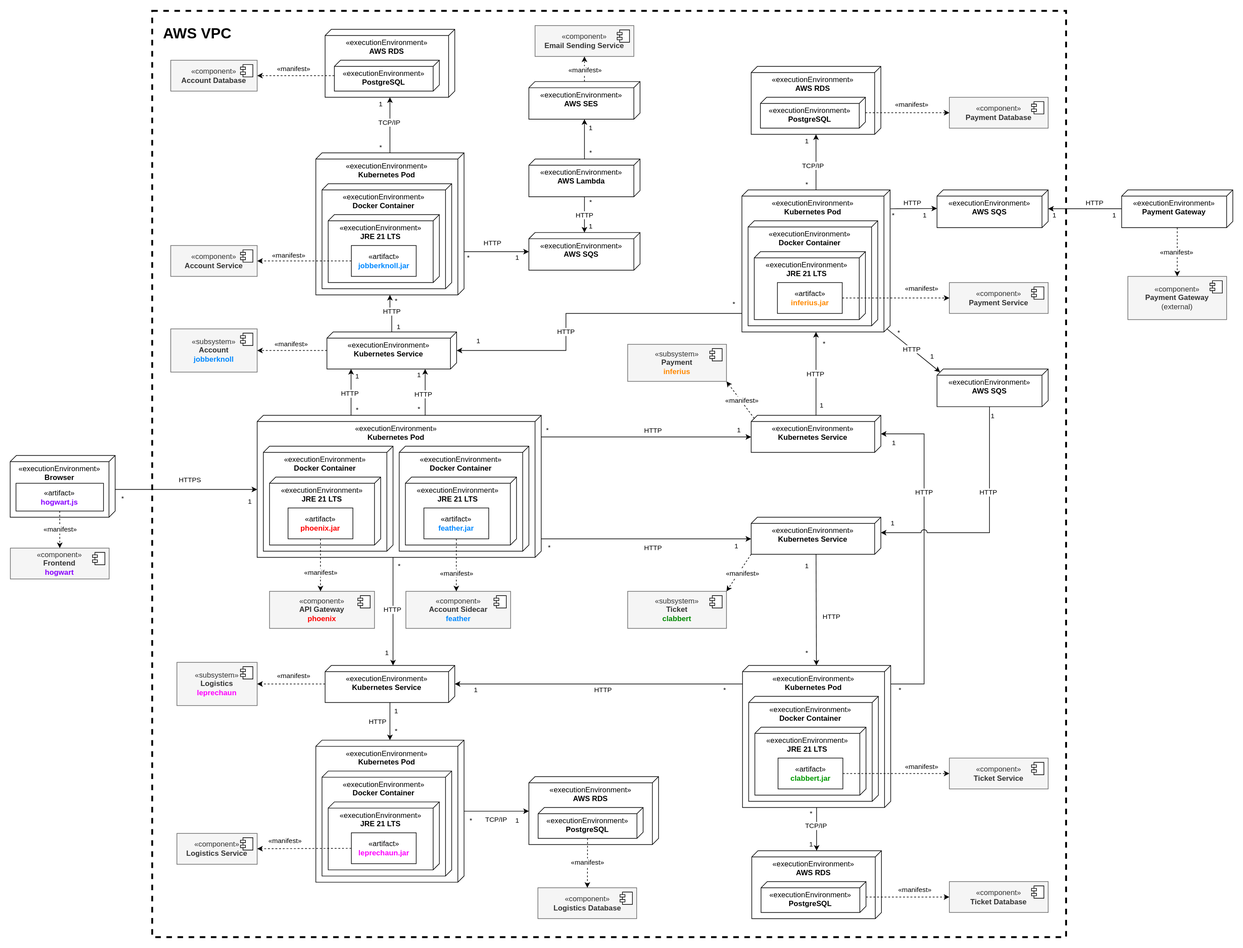
Before: documentation/course/e2/images/deployment-diagram.drawio.svg, a diagram exported from draw.io (PWR-ACS-SE-24/SoftwareSystemDesign). Source tidied: cells renumbered, new cells last; positions are measured from the earlier drawing's top-left corner, leaving out a move shared by most shapes.
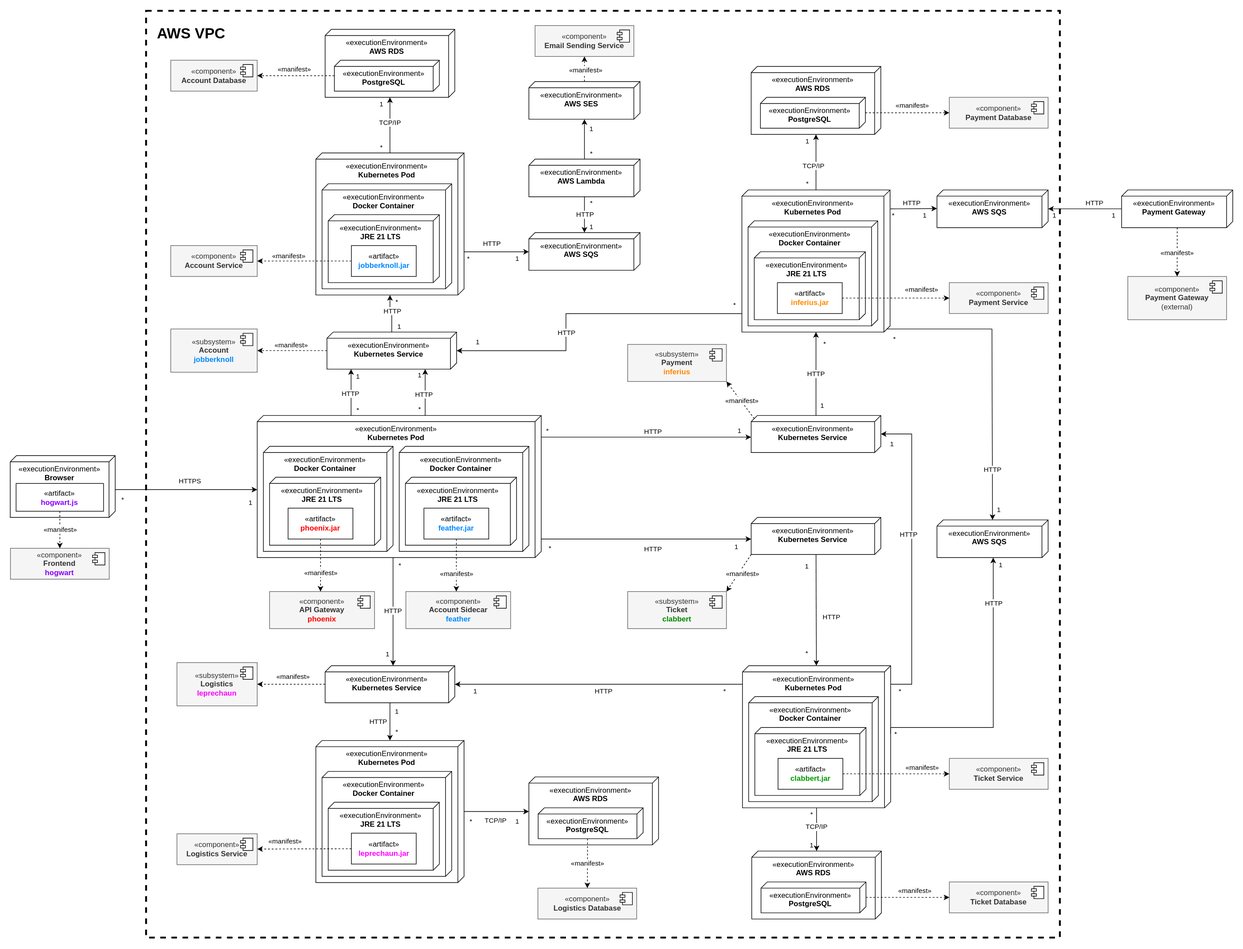
The same diagram one commit later.

Commit message:
even better fix

Diff of the diagram source:
```diff
@@ -3,7 +3,7 @@
     <mxCell id="0" />
     <mxCell id="1" parent="0" />
     <mxCell id="2" value="AWS VPC" style="rounded=0;whiteSpace=wrap;html=1;fillColor=none;strokeWidth=3;dashed=1;verticalAlign=top;align=left;fontSize=24;spacingLeft=16;spacingTop=16;fontStyle=1;" parent="1" vertex="1">
-      <mxGeometry x="230" width="1480" height="1500" as="geometry" />
+      <mxGeometry x="220" width="1480" height="1500" as="geometry" />
     </mxCell>
     <mxCell id="3" style="group;" parent="1" vertex="1">
       <mxGeometry x="1185" y="290" width="240" height="230" as="geometry" />
@@ -699,14 +699,14 @@
     <mxCell id="170" style="edgeStyle=orthogonalEdgeStyle;rounded=0;jettySize=auto;html=1;" parent="1" edge="1" source="14" target="24">
       <mxGeometry relative="1" as="geometry">
         <Array as="points">
-          <mxPoint x="1480" y="1090" />
-          <mxPoint x="1480" y="685" />
+          <mxPoint x="1460" y="1090" />
+          <mxPoint x="1460" y="685" />
         </Array>
       </mxGeometry>
     </mxCell>
     <mxCell id="171" value="HTTP" style="edgeLabel;html=1;align=center;verticalAlign=middle;" parent="170" vertex="1">
       <mxGeometry x="0.32" y="-5" relative="1" as="geometry">
-        <mxPoint x="-5" y="-16" as="offset" />
+        <mxPoint x="-11" y="46" as="offset" />
       </mxGeometry>
     </mxCell>
     <mxCell id="172" value="1" style="edgeLabel;html=1;align=center;verticalAlign=middle;" parent="170" vertex="1">
@@ -892,40 +892,51 @@
       </mxGeometry>
     </mxCell>
     <mxCell id="214" value="&lt;div&gt;«executionEnvironment»&lt;/div&gt;&lt;div&gt;&lt;b&gt;AWS SQS&lt;/b&gt;&lt;/div&gt;" style="verticalAlign=top;align=center;spacingTop=8;spacingLeft=2;spacingRight=12;shape=cube;size=10;direction=south;fontStyle=0;html=1;whiteSpace=wrap;" parent="1" vertex="1">
-      <mxGeometry x="1501" y="580" width="180" height="61" as="geometry" />
+      <mxGeometry x="1501" y="824" width="180" height="61" as="geometry" />
     </mxCell>
-    <mxCell id="215" style="rounded=0;jettySize=auto;html=1;exitX=0;exitY=0;exitDx=225;exitDy=5;exitPerimeter=0;entryX=0;entryY=0;entryDx=5;entryDy=175;entryPerimeter=0;" parent="1" edge="1" source="4" target="214">
-      <mxGeometry relative="1" as="geometry" />
+    <mxCell id="215" style="rounded=0;jettySize=auto;html=1;exitX=0;exitY=0;exitDx=225;exitDy=5;exitPerimeter=0;" parent="1" edge="1" source="4" target="214">
+      <mxGeometry relative="1" as="geometry">
+        <Array as="points">
+          <mxPoint x="1590" y="515" />
+        </Array>
+      </mxGeometry>
     </mxCell>
     <mxCell id="216" value="*" style="edgeLabel;html=1;align=center;verticalAlign=middle;" parent="215" vertex="1">
       <mxGeometry x="-0.56" y="-1" relative="1" as="geometry">
-        <mxPoint y="-11" as="offset" />
+        <mxPoint x="-93" y="14" as="offset" />
       </mxGeometry>
     </mxCell>
     <mxCell id="217" value="1" style="edgeLabel;html=1;align=center;verticalAlign=middle;" parent="215" vertex="1">
       <mxGeometry x="0.67" relative="1" as="geometry">
-        <mxPoint y="-14" as="offset" />
+        <mxPoint x="10" y="61" as="offset" />
       </mxGeometry>
     </mxCell>
     <mxCell id="218" value="HTTP" style="edgeLabel;html=1;align=center;verticalAlign=middle;" parent="215" vertex="1">
-      <mxGeometry x="-0.07" relative="1" as="geometry" />
+      <mxGeometry x="-0.07" relative="1" as="geometry">
+        <mxPoint y="175" as="offset" />
+      </mxGeometry>
     </mxCell>
-    <mxCell id="219" style="edgeStyle=orthogonalEdgeStyle;rounded=0;jettySize=auto;html=1;exitX=0;exitY=0;exitDx=61;exitDy=95;exitPerimeter=0;entryX=0;entryY=0;entryDx=25.000000000000004;entryDy=0;entryPerimeter=0;jumpStyle=arc;jumpSize=10;" parent="1" edge="1" source="214" target="26">
-      <mxGeometry relative="1" as="geometry" />
-    </mxCell>
-    <mxCell id="220" value="1" style="edgeLabel;html=1;align=center;verticalAlign=middle;" parent="219" vertex="1">
-      <mxGeometry x="-0.91" y="1" relative="1" as="geometry">
-        <mxPoint x="4" y="-3" as="offset" />
-      </mxGeometry>
-    </mxCell>
-    <mxCell id="221" value="1" style="edgeLabel;html=1;align=center;verticalAlign=middle;" parent="219" vertex="1">
-      <mxGeometry x="0.9" y="1" relative="1" as="geometry">
-        <mxPoint y="-16" as="offset" />
-      </mxGeometry>
-    </mxCell>
+    <mxCell id="223" style="edgeStyle=orthogonalEdgeStyle;rounded=0;jettySize=auto;html=1;entryX=0;entryY=0;entryDx=110.00000000000001;entryDy=0;entryPerimeter=0;startArrow=classic;startFill=1;endArrow=none;endFill=0;" parent="1" edge="1" source="214" target="14">
+      <mxGeometry relative="1" as="geometry">
+        <Array as="points">
+          <mxPoint x="1592" y="1160" />
+          <mxPoint x="1426" y="1160" />
+        </Array>
+      </mxGeometry>
+    </mxCell>
+    <mxCell id="224" value="*" style="edgeLabel;html=1;align=center;verticalAlign=middle;" parent="223" vertex="1">
+      <mxGeometry x="0.95" y="1" relative="1" as="geometry">
+        <mxPoint x="5" y="9" as="offset" />
+      </mxGeometry>
+    </mxCell>
+    <mxCell id="225" value="1" style="edgeLabel;html=1;align=center;verticalAlign=middle;" parent="223" vertex="1">
+      <mxGeometry x="-0.92" y="1" relative="1" as="geometry">
+        <mxPoint x="10" y="-7" as="offset" />
+      </mxGeometry>
+    </mxCell>
-    <mxCell id="222" value="HTTP" style="edgeLabel;html=1;align=center;verticalAlign=middle;" parent="219" vertex="1">
-      <mxGeometry x="-0.4" y="-1" relative="1" as="geometry">
-        <mxPoint x="-1" y="24" as="offset" />
+    <mxCell id="222" value="HTTP" style="edgeLabel;html=1;align=center;verticalAlign=middle;" parent="223" vertex="1">
+      <mxGeometry x="-0.45" relative="1" as="geometry">
+        <mxPoint y="-51" as="offset" />
       </mxGeometry>
     </mxCell>
   </root>
```
